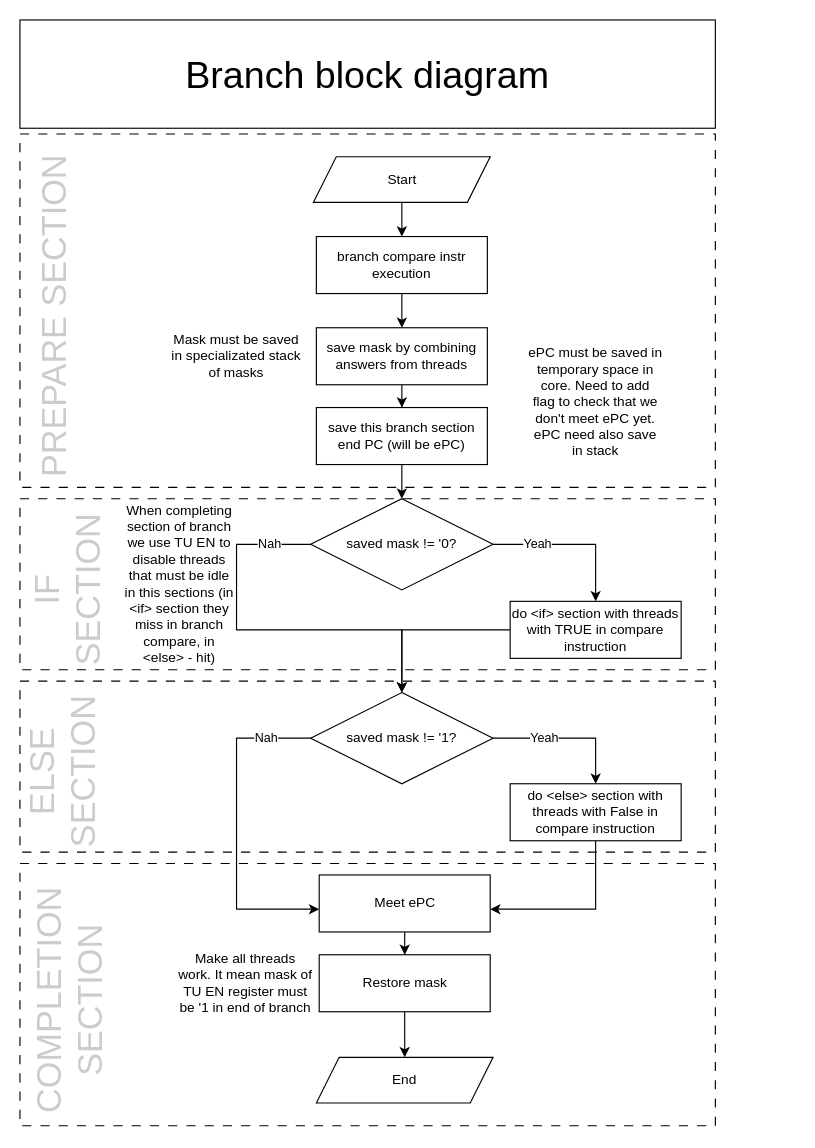
HaMeNopeDiot/hardware_gpu keeps this draw.io diagram as docs/starukhin_dissertation/images/svg/branch_divergence.drawio. Above is the earlier version. Source tidied: cells renumbered, new cells numbered last; positions are measured from the earlier drawing's top-left corner, leaving out a move shared by most shapes. Both pictures are drawn from the tidied source at 114%, with x=0, y=0 at pixel (-117, 19).
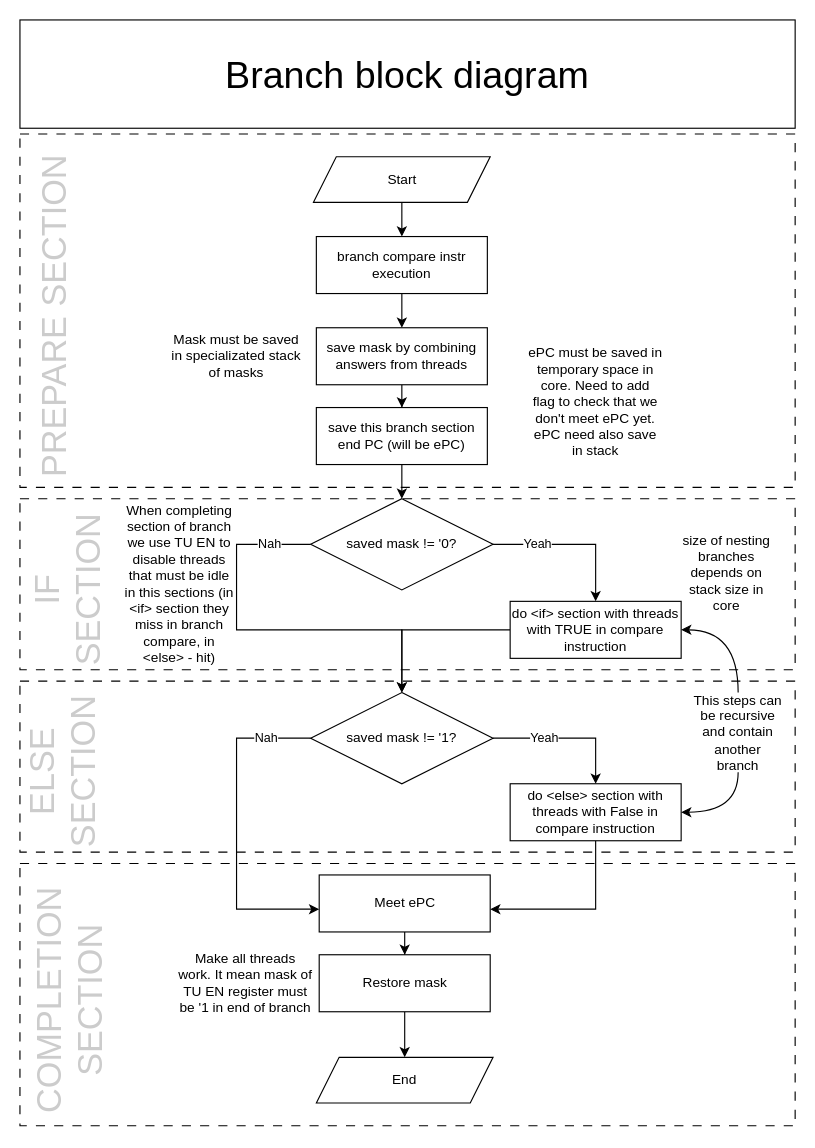
After the change.

Unchanged cells that the change refers to:
```xml
<mxCell id="16" value="do &amp;lt;if&amp;gt; section with threads with TRUE in compare instruction" style="rounded=0;whiteSpace=wrap;html=1;" parent="1" vertex="1">
  <mxGeometry x="550" y="510" width="150" height="50" as="geometry" />
</mxCell>
<mxCell id="21" value="do &amp;lt;else&amp;gt; section with threads with False in compare instruction" style="rounded=0;whiteSpace=wrap;html=1;" parent="1" vertex="1">
  <mxGeometry x="550" y="670" width="150" height="50" as="geometry" />
</mxCell>
```

What changed in the source:
```diff
@@
     <mxCell id="2" style="rounded=0;whiteSpace=wrap;html=1;dashed=1;dashPattern=8 8;" parent="1" vertex="1">
-      <mxGeometry x="120" y="740" width="610" height="230" as="geometry" />
+      <mxGeometry x="120" y="740" width="680" height="230" as="geometry" />
     </mxCell>
     <mxCell id="3" style="rounded=0;whiteSpace=wrap;html=1;dashed=1;dashPattern=8 8;" parent="1" vertex="1">
-      <mxGeometry x="120" y="580" width="610" height="150" as="geometry" />
+      <mxGeometry x="120" y="580" width="680" height="150" as="geometry" />
     </mxCell>
     <mxCell id="4" style="rounded=0;whiteSpace=wrap;html=1;dashed=1;dashPattern=8 8;" parent="1" vertex="1">
-      <mxGeometry x="120" y="420" width="610" height="150" as="geometry" />
+      <mxGeometry x="120" y="420" width="680" height="150" as="geometry" />
     </mxCell>
     <mxCell id="5" style="rounded=0;whiteSpace=wrap;html=1;dashed=1;dashPattern=8 8;" parent="1" vertex="1">
-      <mxGeometry x="120" y="100" width="610" height="310" as="geometry" />
+      <mxGeometry x="120" y="100" width="680" height="310" as="geometry" />
     </mxCell>
@@
     <mxCell id="33" value="&lt;font style=&quot;font-size: 33px;&quot;&gt;Branch block diagram&lt;/font&gt;" style="rounded=0;whiteSpace=wrap;html=1;strokeColor=default;" parent="1" vertex="1">
-      <mxGeometry x="120" width="610" height="95" as="geometry" />
+      <mxGeometry x="120" width="680" height="95" as="geometry" />
     </mxCell>
@@
+    <mxCell id="38" style="edgeStyle=orthogonalEdgeStyle;rounded=0;jettySize=auto;html=1;entryX=1;entryY=0.5;entryDx=0;entryDy=0;curved=1;exitX=0.5;exitY=1;exitDx=0;exitDy=0;" parent="1" edge="1" source="39" target="21">
+      <mxGeometry relative="1" as="geometry" />
+    </mxCell>
+    <mxCell id="39" value="This steps can be recursive and contain another branch" style="text;html=1;whiteSpace=wrap;strokeColor=none;fillColor=none;align=center;verticalAlign=middle;rounded=0;" parent="1" vertex="1">
+      <mxGeometry x="710" y="590" width="80" height="70" as="geometry" />
+    </mxCell>
+    <mxCell id="40" style="edgeStyle=orthogonalEdgeStyle;rounded=0;jettySize=auto;html=1;entryX=1;entryY=0.5;entryDx=0;entryDy=0;curved=1;exitX=0.5;exitY=0;exitDx=0;exitDy=0;" parent="1" edge="1" source="39" target="16">
+      <mxGeometry relative="1" as="geometry" />
+    </mxCell>
+    <mxCell id="41" value="size of nesting branches depends on stack size in core" style="text;html=1;whiteSpace=wrap;strokeColor=none;fillColor=none;align=center;verticalAlign=middle;rounded=0;" parent="1" vertex="1">
+      <mxGeometry x="700" y="450" width="80" height="70" as="geometry" />
+    </mxCell>
```
